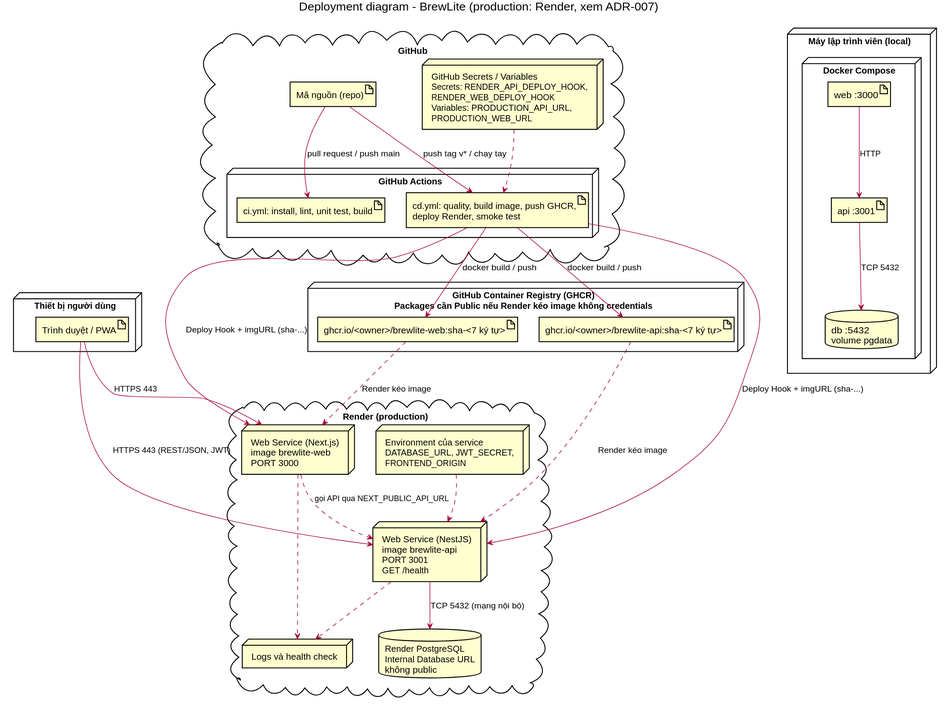
The PlantUML diagram docs/architecture/deployment-diagram.svg in tthan-prog/BrewLite, before a commit.
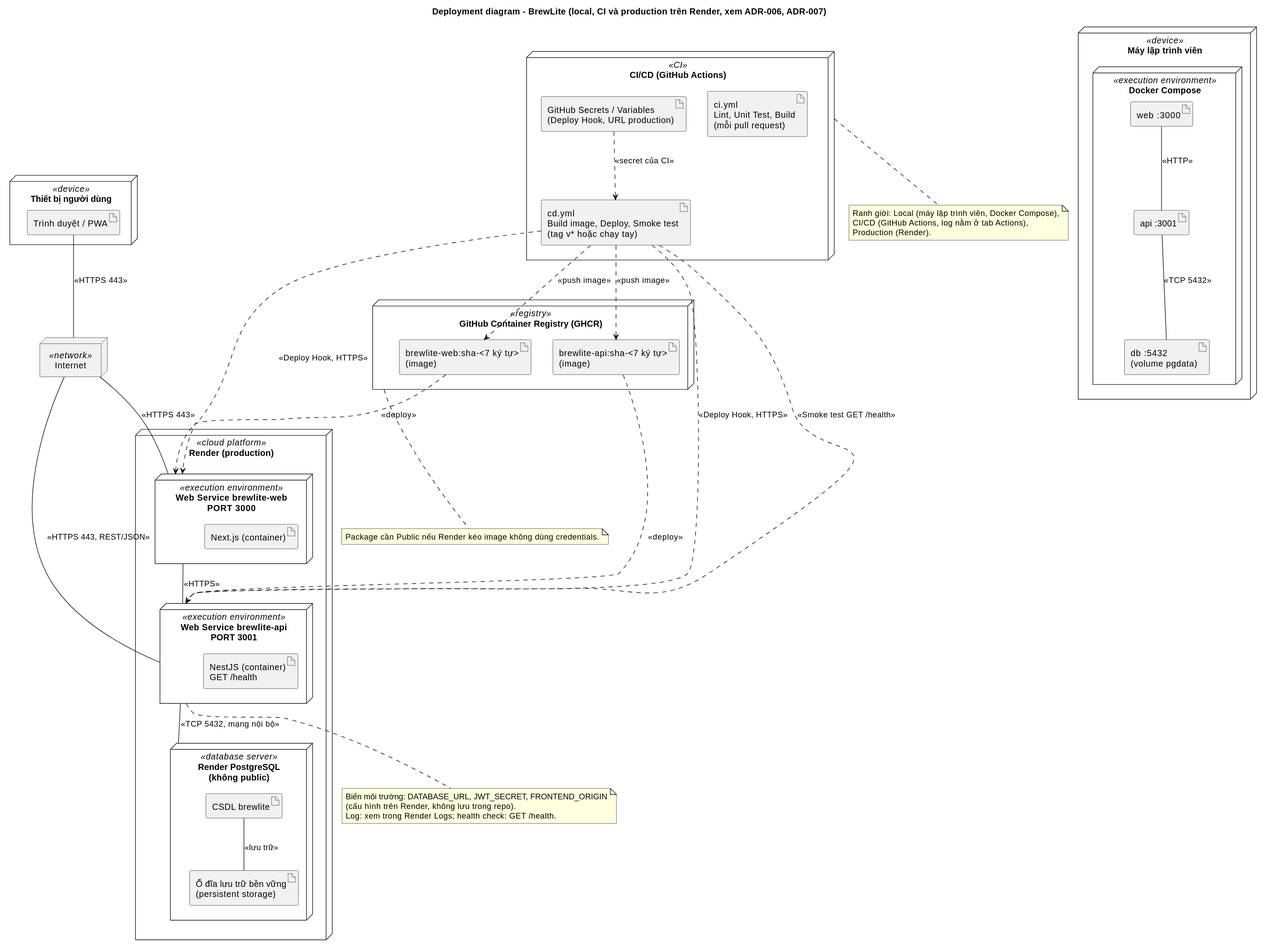
The same diagram one commit later.

Change to the diagram source:
```diff
@@ -1,60 +1,75 @@
-@startuml deployment-diagram
-title Deployment diagram - BrewLite (production: Render, xem ADR-007)
+@startuml
+title Deployment diagram - BrewLite (local, CI và production trên Render, xem ADR-006, ADR-007)
 skinparam shadowing false
-skinparam nodeStyle rectangle
 
-node "Thiết bị người dùng" as DEV {
+node "Thiết bị người dùng" <<device>> as DEV {
   artifact "Trình duyệt / PWA" as BROWSER
 }
 
-node "Máy lập trình viên (local)" as LOCAL {
-  node "Docker Compose" as COMPOSE {
-    artifact "web :3000" as L_WEB
-    artifact "api :3001" as L_API
-    database "db :5432\nvolume pgdata" as L_DB
+node "Internet" <<network>> as NET
+
+node "CI/CD (GitHub Actions)" <<CI>> as CI {
+  artifact "ci.yml\nLint, Unit Test, Build\n(mỗi pull request)" as A_CI
+  artifact "cd.yml\nBuild image, Deploy, Smoke test\n(tag v* hoặc chạy tay)" as A_CD
+  artifact "GitHub Secrets / Variables\n(Deploy Hook, URL production)" as A_SEC
+}
+
+node "GitHub Container Registry (GHCR)" <<registry>> as REG {
+  artifact "brewlite-web:sha-<7 ký tự>\n(image)" as IMG_WEB
+  artifact "brewlite-api:sha-<7 ký tự>\n(image)" as IMG_API
+}
+
+node "Render (production)" <<cloud platform>> as PROD {
+  node "Web Service brewlite-web\nPORT 3000" <<execution environment>> as P_WEB {
+    artifact "Next.js (container)" as A_WEB
+  }
+  node "Web Service brewlite-api\nPORT 3001" <<execution environment>> as P_API {
+    artifact "NestJS (container)\nGET /health" as A_API
+  }
+  node "Render PostgreSQL\n(không public)" <<database server>> as P_DB {
+    artifact "CSDL brewlite" as A_DB
+    artifact "Ổ đĩa lưu trữ bền vững\n(persistent storage)" as A_DISK
   }
 }
 
-cloud "GitHub" as GH {
-  artifact "Mã nguồn (repo)" as REPO
-  node "GitHub Actions" as CI {
-    artifact "ci.yml: install, lint, unit test, build" as CIJOB
-    artifact "cd.yml: quality, build image, push GHCR,\ndeploy Render, smoke test" as CDJOB
+node "Máy lập trình viên" <<device>> as LOCAL {
+  node "Docker Compose" <<execution environment>> as COMPOSE {
+    artifact "web :3000" as L_WEB
+    artifact "api :3001" as L_API
+    artifact "db :5432\n(volume pgdata)" as L_DB
   }
-  node "GitHub Secrets / Variables\nSecrets: RENDER_API_DEPLOY_HOOK,\nRENDER_WEB_DEPLOY_HOOK\nVariables: PRODUCTION_API_URL,\nPRODUCTION_WEB_URL" as SECRETS
 }
 
-node "GitHub Container Registry (GHCR)\nPackages cần Public nếu Render kéo image không credentials" as REG {
-  artifact "ghcr.io/<owner>/brewlite-api:sha-<7 ký tự>" as IMG_API
-  artifact "ghcr.io/<owner>/brewlite-web:sha-<7 ký tự>" as IMG_WEB
-}
+BROWSER -- NET : <<HTTPS 443>>
+NET -- P_WEB : <<HTTPS 443>>
+NET -- P_API : <<HTTPS 443, REST/JSON>>
+P_WEB -- P_API : <<HTTPS>>
+P_API -- P_DB : <<TCP 5432, mạng nội bộ>>
+A_DB -- A_DISK : <<lưu trữ>>
 
-cloud "Render (production)" as PROD {
-  node "Web Service (Next.js)\nimage brewlite-web\nPORT 3000" as P_WEB
-  node "Web Service (NestJS)\nimage brewlite-api\nPORT 3001\nGET /health" as P_API
-  database "Render PostgreSQL\nInternal Database URL\nkhông public" as P_DB
-  node "Environment của service\nDATABASE_URL, JWT_SECRET,\nFRONTEND_ORIGIN" as P_ENV
-  node "Logs và health check" as P_LOG
-}
+A_CD ..> IMG_WEB : <<push image>>
+A_CD ..> IMG_API : <<push image>>
+A_CD ..> P_WEB : <<Deploy Hook, HTTPS>>
+A_CD ..> P_API : <<Deploy Hook, HTTPS>>
+A_CD ..> P_API : <<Smoke test GET /health>>
+IMG_WEB ..> P_WEB : <<deploy>>
+IMG_API ..> P_API : <<deploy>>
+A_SEC ..> A_CD : <<secret của CI>>
 
-BROWSER --> P_WEB : HTTPS 443
-BROWSER --> P_API : HTTPS 443 (REST/JSON, JWT)
-P_WEB ..> P_API : gọi API qua NEXT_PUBLIC_API_URL
-P_API --> P_DB : TCP 5432 (mạng nội bộ)
-P_ENV ..> P_API
-P_API ..> P_LOG
-P_WEB ..> P_LOG
+L_WEB -- L_API : <<HTTP>>
+L_API -- L_DB : <<TCP 5432>>
 
-REPO --> CIJOB : pull request / push main
-REPO --> CDJOB : push tag v* / chạy tay
-SECRETS ..> CDJOB
-CDJOB --> IMG_API : docker build / push
-CDJOB --> IMG_WEB : docker build / push
-CDJOB --> P_API : Deploy Hook + imgURL (sha-...)
-CDJOB --> P_WEB : Deploy Hook + imgURL (sha-...)
-IMG_API ..> P_API : Render kéo image
-IMG_WEB ..> P_WEB : Render kéo image
-
-L_WEB --> L_API : HTTP
-L_API --> L_DB : TCP 5432
+note bottom of P_API
+  Biến môi trường: DATABASE_URL, JWT_SECRET, FRONTEND_ORIGIN
+  (cấu hình trên Render, không lưu trong repo).
+  Log: xem trong Render Logs; health check: GET /health.
+end note
+note bottom of REG
+  Package cần Public nếu Render kéo image không dùng credentials.
+end note
+note bottom of CI
+  Ranh giới: Local (máy lập trình viên, Docker Compose),
+  CI/CD (GitHub Actions, log nằm ở tab Actions),
+  Production (Render).
+end note
 @enduml
```
